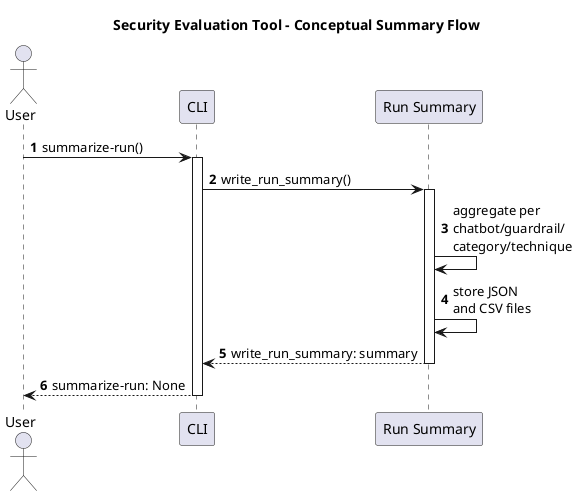
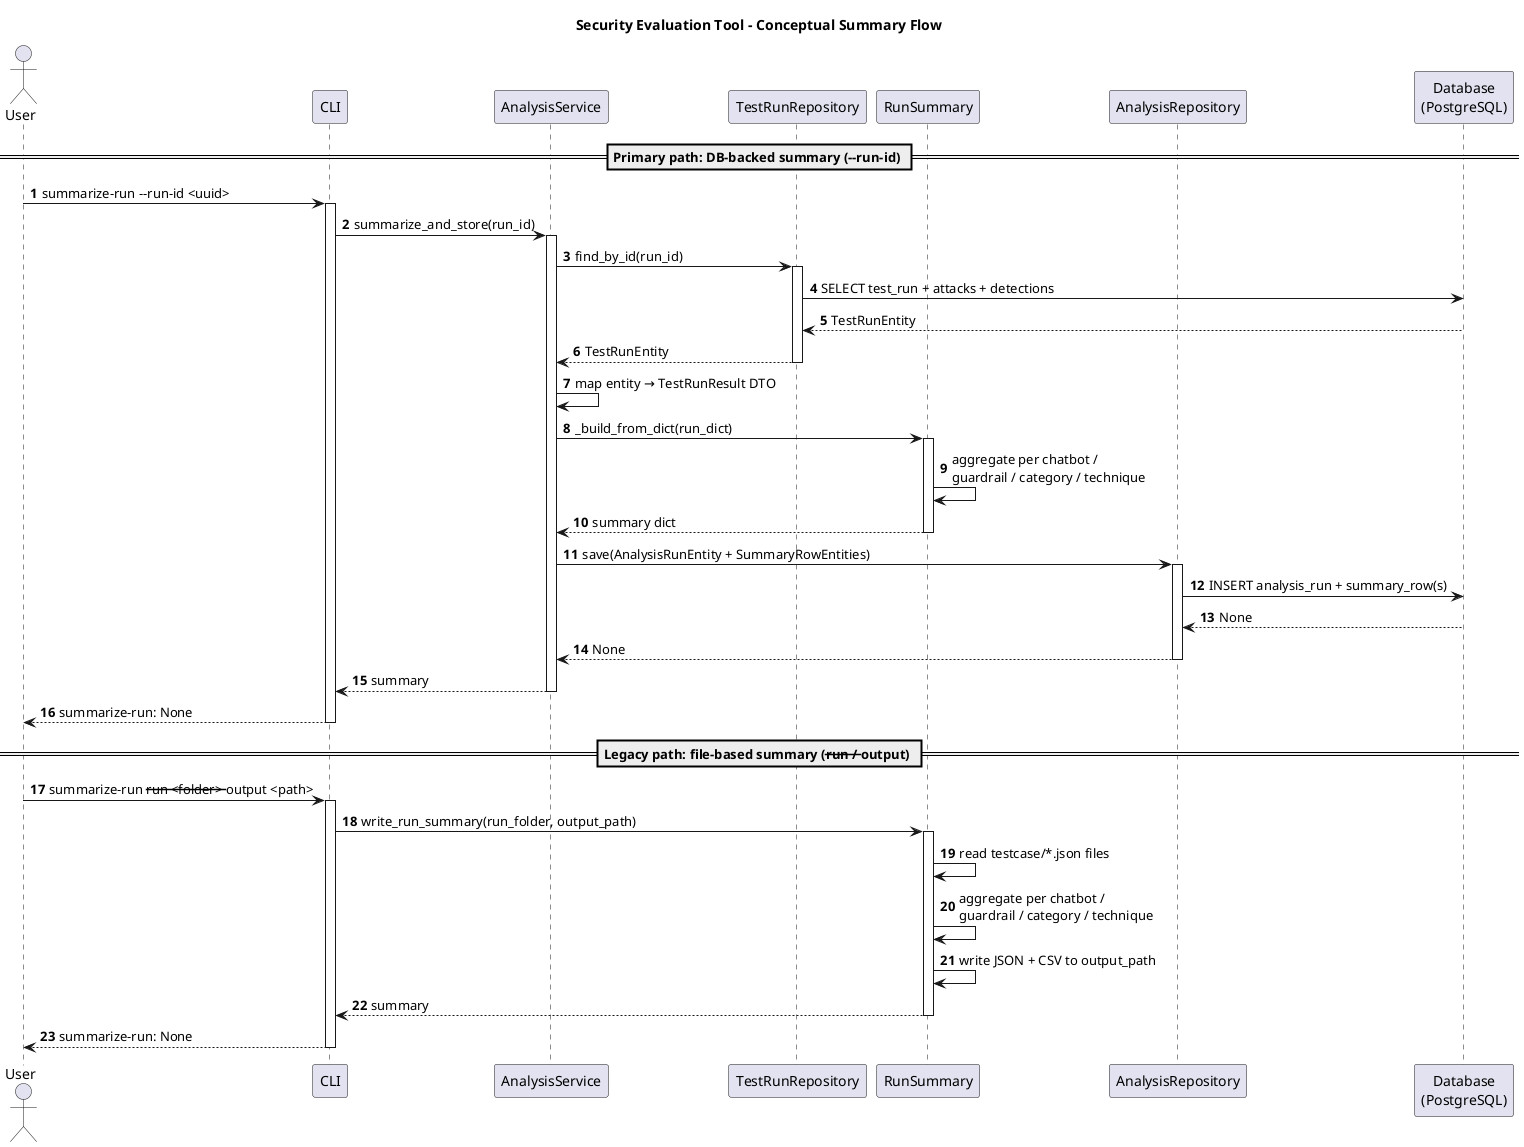
@startuml
autonumber
title Security Evaluation Tool - Conceptual Summary Flow

actor User
participant "CLI" as CLI
- participant "Run Summary" as RSummary
+ participant "AnalysisService" as AService
+ participant "TestRunRepository" as TRRepo
+ participant "RunSummary" as RSummary
+ participant "AnalysisRepository" as ARepo
+ participant "Database\n(PostgreSQL)" as DB

- User -> CLI: summarize-run()
+ == Primary path: DB-backed summary (--run-id) ==
+ 
+ User -> CLI: summarize-run --run-id <uuid>
activate CLI
- CLI -> RSummary: write_run_summary()
+ CLI -> AService: summarize_and_store(run_id)
+ activate AService
+ AService -> TRRepo: find_by_id(run_id)
+ activate TRRepo
+ TRRepo -> DB: SELECT test_run + attacks + detections
+ DB --> TRRepo: TestRunEntity
+ TRRepo --> AService: TestRunEntity
+ deactivate TRRepo
+ AService -> AService: map entity → TestRunResult DTO
+ AService -> RSummary: _build_from_dict(run_dict)
activate RSummary
- RSummary -> RSummary: aggregate per\nchatbot/guardrail/\ncategory/technique
- RSummary -> RSummary: store JSON\nand CSV files
- RSummary --> CLI: write_run_summary: summary
+ RSummary -> RSummary: aggregate per chatbot /\nguardrail / category / technique
+ RSummary --> AService: summary dict
+ deactivate RSummary
+ AService -> ARepo: save(AnalysisRunEntity + SummaryRowEntities)
+ activate ARepo
+ ARepo -> DB: INSERT analysis_run + summary_row(s)
+ DB --> ARepo: None
+ ARepo --> AService: None
+ deactivate ARepo
+ AService --> CLI: summary
+ deactivate AService
+ CLI --> User: summarize-run: None
+ deactivate CLI
+ 
+ == Legacy path: file-based summary (--run / --output) ==
+ 
+ User -> CLI: summarize-run --run <folder> --output <path>
+ activate CLI
+ CLI -> RSummary: write_run_summary(run_folder, output_path)
+ activate RSummary
+ RSummary -> RSummary: read testcase/*.json files
+ RSummary -> RSummary: aggregate per chatbot /\nguardrail / category / technique
+ RSummary -> RSummary: write JSON + CSV to output_path
+ RSummary --> CLI: summary
deactivate RSummary
CLI --> User: summarize-run: None
deactivate CLI

- 
@enduml
